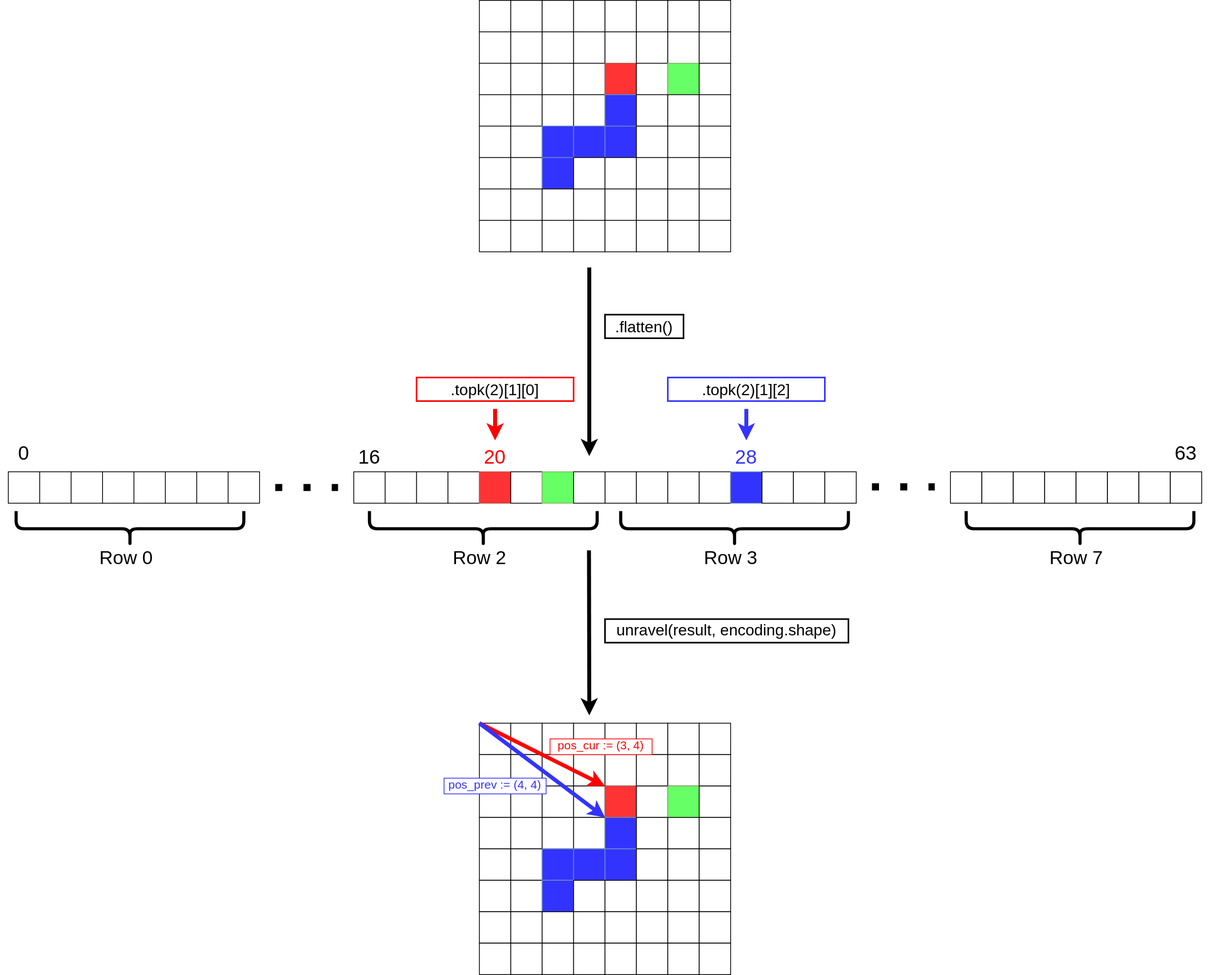
This is imgs/snake-get-pos.drawio.svg from eliasffyksen/MiniSnakes, a draw.io export, as it was before one commit. Source tidied: cells renumbered, new cells last; positions are measured from the earlier drawing's top-left corner, leaving out a move shared by most shapes.
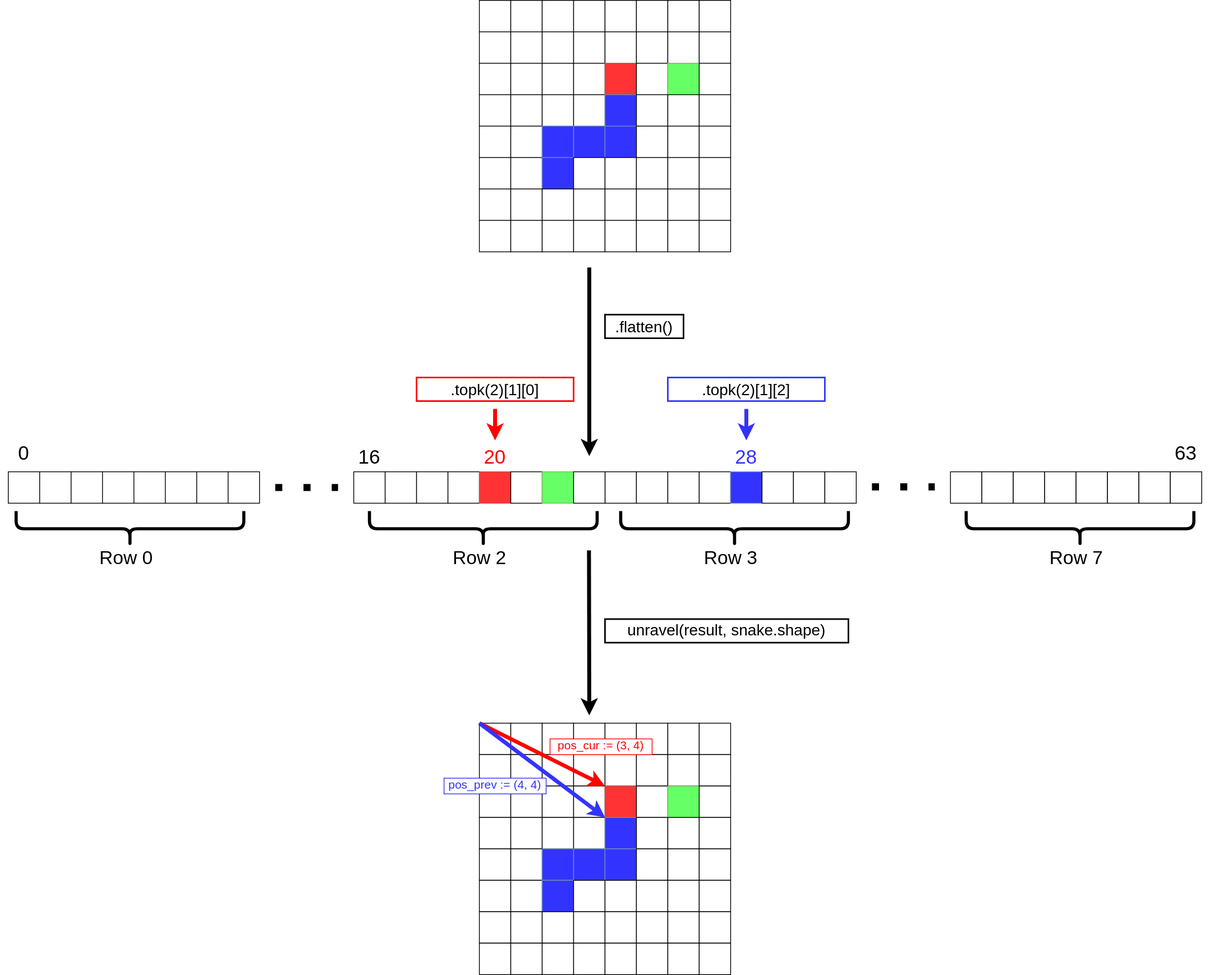
After the commit.

What changed in the source:
```diff
@@ -562,7 +562,7 @@
         <mxPoint x="750" y="910" as="targetPoint" />
       </mxGeometry>
     </mxCell>
-    <mxCell id="182" value="unravel(result, encoding.shape)" style="rounded=0;whiteSpace=wrap;html=1;fontSize=20;strokeWidth=2;spacingBottom=4;" parent="1" vertex="1">
+    <mxCell id="182" value="&lt;div&gt;unravel(result, snake.shape)&lt;/div&gt;" style="rounded=0;whiteSpace=wrap;html=1;fontSize=20;strokeWidth=2;spacingBottom=4;" parent="1" vertex="1">
       <mxGeometry x="770" y="787.5" width="310" height="30" as="geometry" />
     </mxCell>
     <mxCell id="183" value="&lt;div&gt;.flatten()&lt;br&gt;&lt;/div&gt;" style="rounded=0;whiteSpace=wrap;html=1;fontSize=20;strokeWidth=2;" parent="1" vertex="1">
```
